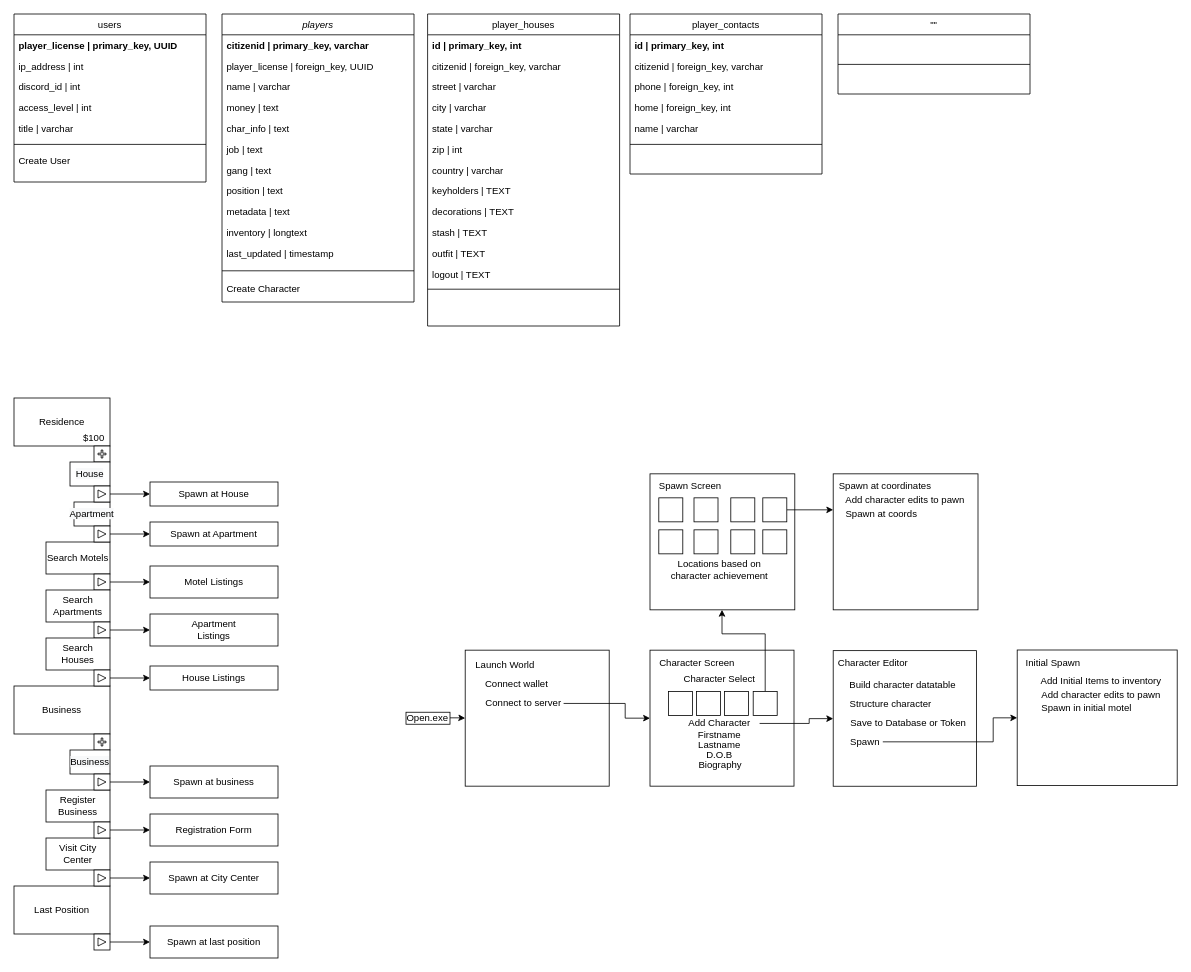
purple-world/player-services keeps this draw.io diagram as system-design.drawio. Above is the earlier version. Source tidied: cells renumbered, new cells numbered last; positions are measured from the earlier drawing's top-left corner, leaving out a move shared by most shapes. Both pictures are drawn from the tidied source at 80%, with x=0, y=0 at pixel (14, 14).
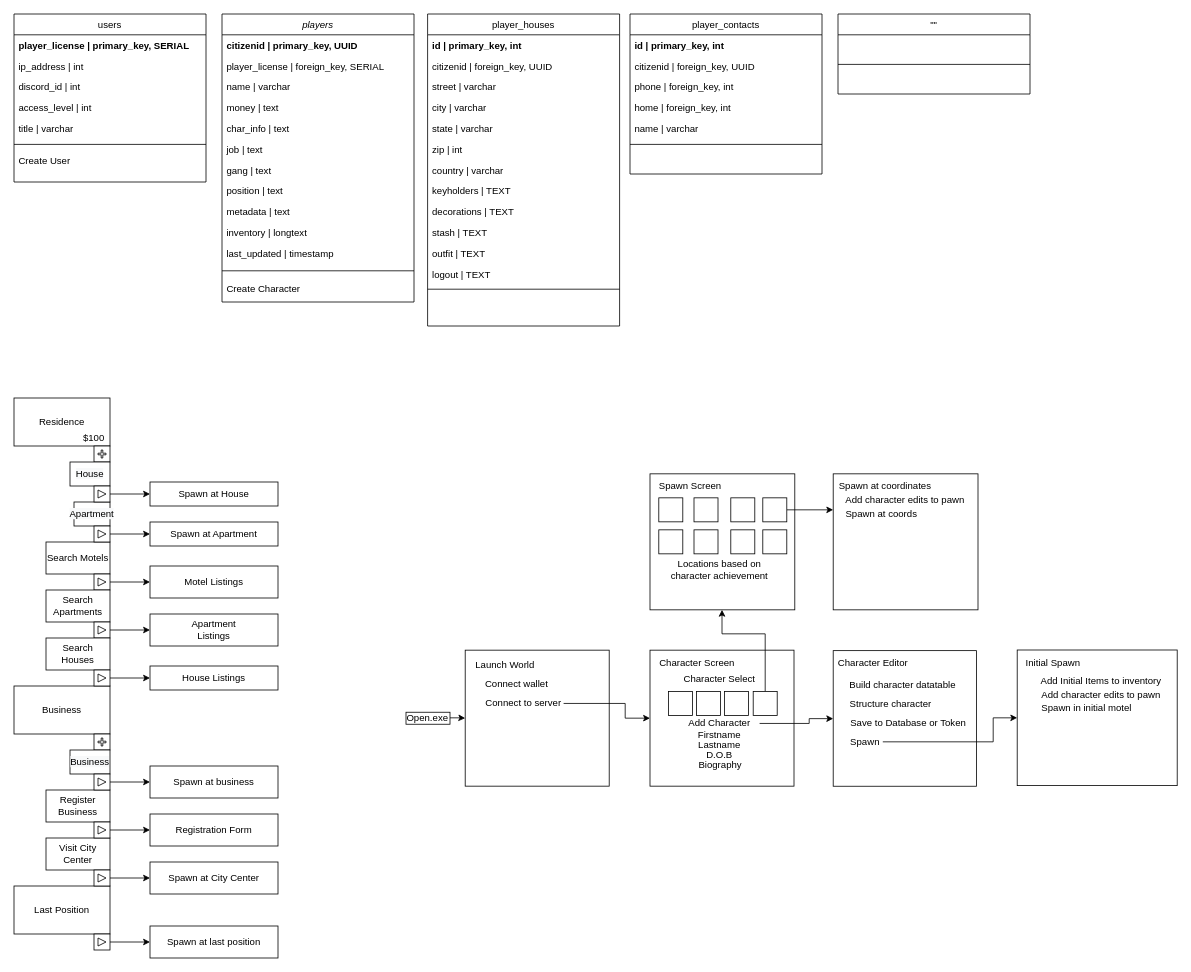
The same diagram, later.

Commit message (it also covers changes not shown here):
add data context for Player

The change refers to these unchanged cells:
```xml
<mxCell id="2" value="player_houses" style="swimlane;fontStyle=0;align=center;verticalAlign=top;horizontal=1;startSize=26;rounded=0;shadow=0;strokeWidth=1;" parent="1" vertex="1">
  <mxGeometry x="517" width="240" height="390" as="geometry" />
</mxCell>
<mxCell id="16" value="player_contacts" style="swimlane;fontStyle=0;align=center;verticalAlign=top;horizontal=1;startSize=26;rounded=0;shadow=0;strokeWidth=1;" parent="1" vertex="1">
  <mxGeometry x="770" width="240" height="200" as="geometry" />
</mxCell>
<mxCell id="23" value="players" style="swimlane;fontStyle=2;align=center;verticalAlign=top;horizontal=1;startSize=26;rounded=0;shadow=0;strokeWidth=1;" parent="1" vertex="1">
  <mxGeometry x="260" width="240" height="360" as="geometry" />
</mxCell>
<mxCell id="37" value="users" style="swimlane;fontStyle=0;align=center;verticalAlign=top;horizontal=1;startSize=26;rounded=0;shadow=0;strokeWidth=1;" parent="1" vertex="1">
  <mxGeometry width="240" height="210" as="geometry" />
</mxCell>
```

What changed in the source:
```diff
@@
-    <mxCell id="4" value="citizenid | foreign_key, varchar" style="text;align=left;verticalAlign=top;spacingLeft=4;spacingRight=4;overflow=hidden;" parent="2" vertex="1">
+    <mxCell id="4" value="citizenid | foreign_key, UUID" style="text;align=left;verticalAlign=top;spacingLeft=4;spacingRight=4;overflow=hidden;" parent="2" vertex="1">
       <mxGeometry y="52" width="240" height="26" as="geometry" />
     </mxCell>
@@
-    <mxCell id="18" value="citizenid | foreign_key, varchar" style="text;align=left;verticalAlign=top;spacingLeft=4;spacingRight=4;overflow=hidden;" parent="16" vertex="1">
+    <mxCell id="18" value="citizenid | foreign_key, UUID" style="text;align=left;verticalAlign=top;spacingLeft=4;spacingRight=4;overflow=hidden;" parent="16" vertex="1">
       <mxGeometry y="52" width="240" height="26" as="geometry" />
     </mxCell>
@@
-    <mxCell id="24" value="citizenid | primary_key, varchar" style="text;align=left;verticalAlign=top;spacingLeft=4;spacingRight=4;overflow=hidden;rounded=0;shadow=0;html=0;fontStyle=1;" parent="23" vertex="1">
+    <mxCell id="24" value="citizenid | primary_key, UUID" style="text;align=left;verticalAlign=top;spacingLeft=4;spacingRight=4;overflow=hidden;rounded=0;shadow=0;html=0;fontStyle=1;" parent="23" vertex="1">
       <mxGeometry y="26" width="240" height="26" as="geometry" />
     </mxCell>
-    <mxCell id="25" value="player_license | foreign_key, UUID" style="text;align=left;verticalAlign=top;spacingLeft=4;spacingRight=4;overflow=hidden;fontStyle=0;" parent="23" vertex="1">
+    <mxCell id="25" value="player_license | foreign_key, SERIAL" style="text;align=left;verticalAlign=top;spacingLeft=4;spacingRight=4;overflow=hidden;fontStyle=0;" parent="23" vertex="1">
       <mxGeometry y="52" width="240" height="26" as="geometry" />
     </mxCell>
@@
-    <mxCell id="38" value="player_license | primary_key, UUID" style="text;align=left;verticalAlign=top;spacingLeft=4;spacingRight=4;overflow=hidden;fontStyle=1;" parent="37" vertex="1">
+    <mxCell id="38" value="player_license | primary_key, SERIAL" style="text;align=left;verticalAlign=top;spacingLeft=4;spacingRight=4;overflow=hidden;fontStyle=1;" parent="37" vertex="1">
       <mxGeometry y="26" width="240" height="26" as="geometry" />
     </mxCell>
```
